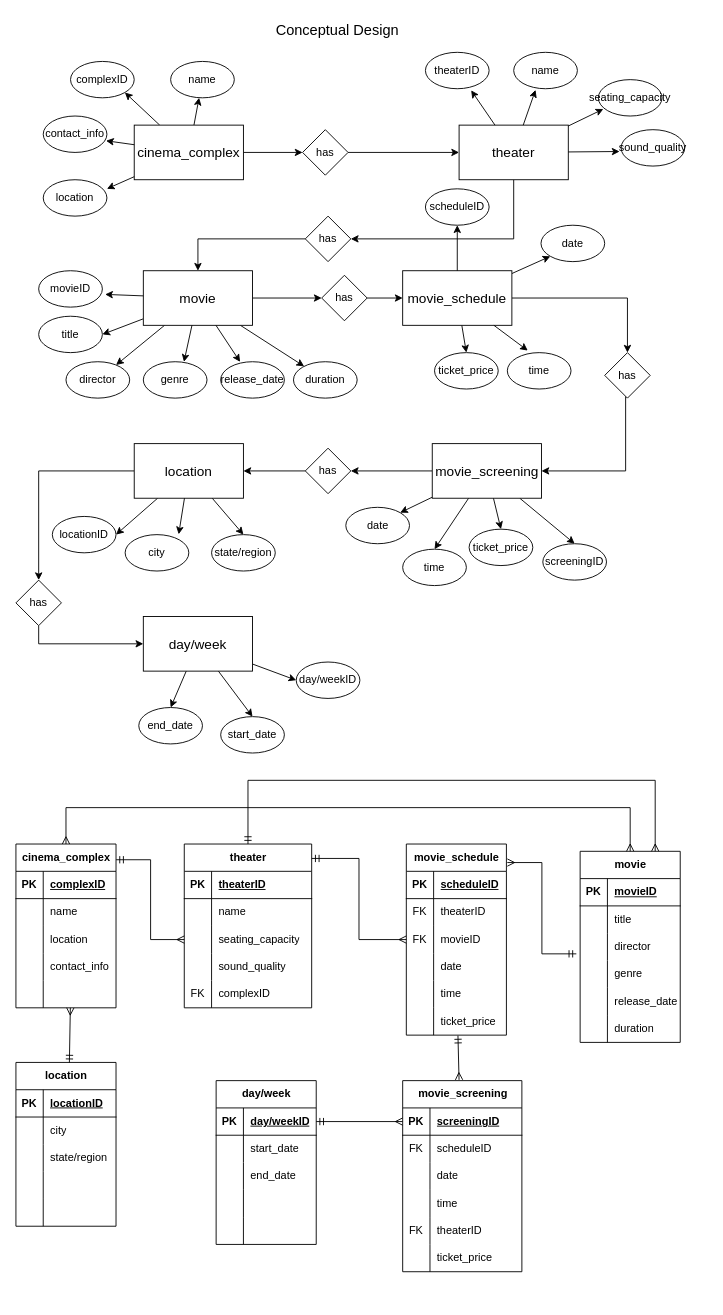
Earlier version of the draw.io diagram eye_candy_cinemas_casestudy.drawio (julieeesy/data_modelling_workshop). Source tidied: cells renumbered, new cells numbered last; positions are measured from the earlier drawing's top-left corner, leaving out a move shared by most shapes. Both pictures are drawn from the tidied source at 91%, with x=0, y=0 at pixel (15, 15).
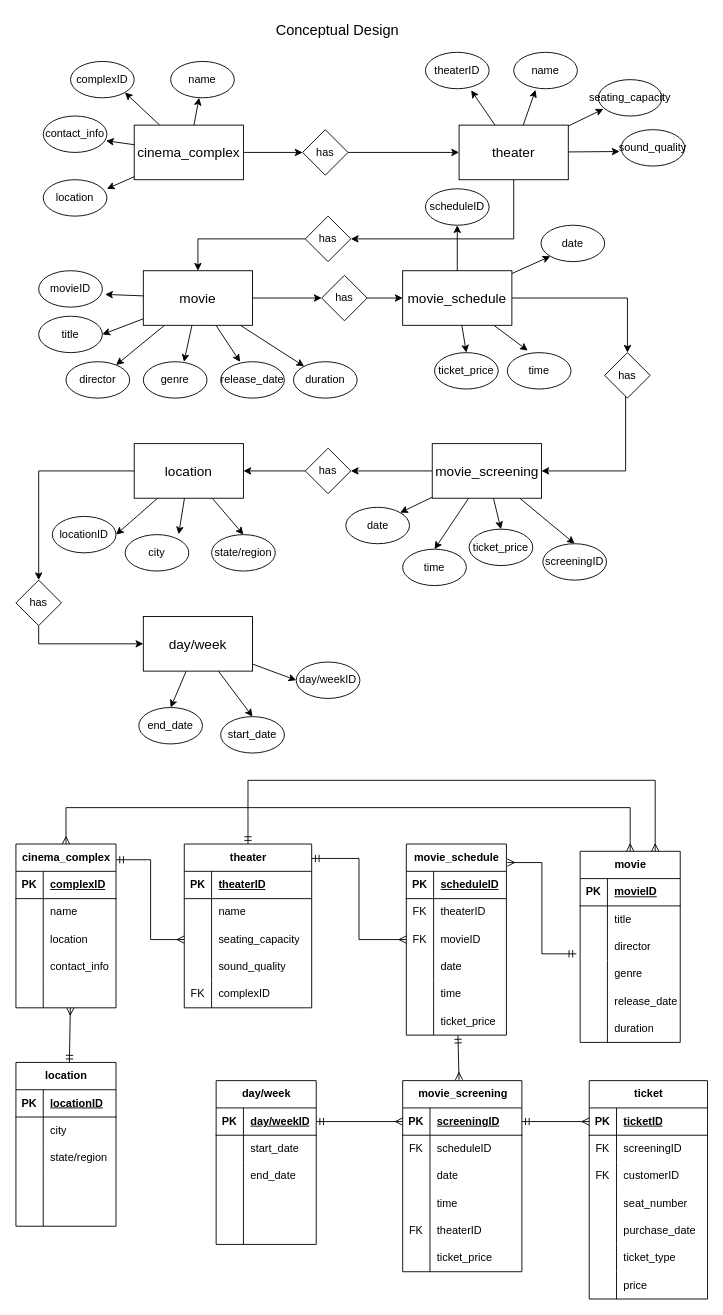
Above is the later version.

The change refers to these unchanged cells:
```xml
<mxCell id="152" style="shape=tableRow;horizontal=0;startSize=0;swimlaneHead=0;swimlaneBody=0;fillColor=none;points=[[0,0.5],[1,0.5]];portConstraint=eastwest;top=0;left=0;right=0;bottom=1;" parent="151" vertex="1">
  <mxGeometry y="30" width="131" height="30" as="geometry" />
</mxCell>
```

What changed in the source:
```diff
@@
+    <mxCell id="213" value="ticket" style="shape=table;startSize=30;childLayout=tableLayout;rowLines=0;fontStyle=1;align=center;html=1;" parent="1" vertex="1">
+      <mxGeometry x="630" y="1170" width="130" height="240" as="geometry" />
+    </mxCell>
+    <mxCell id="214" style="shape=tableRow;horizontal=0;startSize=0;swimlaneHead=0;swimlaneBody=0;fillColor=none;top=0;left=0;right=0;bottom=1;" parent="213" vertex="1">
+      <mxGeometry y="30" width="130" height="30" as="geometry" />
+    </mxCell>
+    <mxCell id="215" value="PK" style="shape=partialRectangle;fillColor=none;top=0;left=0;bottom=0;right=0;fontStyle=1;overflow=hidden;whiteSpace=wrap;html=1;" parent="214" vertex="1">
+      <mxGeometry width="30" height="30" as="geometry" />
+    </mxCell>
+    <mxCell id="216" value="ticketID" style="shape=partialRectangle;fillColor=none;top=0;left=0;bottom=0;right=0;align=left;spacingLeft=6;fontStyle=5;overflow=hidden;whiteSpace=wrap;html=1;" parent="214" vertex="1">
+      <mxGeometry x="30" width="100" height="30" as="geometry" />
+    </mxCell>
+    <mxCell id="217" style="shape=tableRow;horizontal=0;startSize=0;swimlaneHead=0;swimlaneBody=0;fillColor=none;top=0;left=0;right=0;bottom=0;" parent="213" vertex="1">
+      <mxGeometry y="60" width="130" height="30" as="geometry" />
+    </mxCell>
+    <mxCell id="218" value="FK" style="shape=partialRectangle;fillColor=none;top=0;left=0;bottom=0;right=0;overflow=hidden;whiteSpace=wrap;html=1;" parent="217" vertex="1">
+      <mxGeometry width="30" height="30" as="geometry" />
+    </mxCell>
+    <mxCell id="219" value="screeningID" style="shape=partialRectangle;fillColor=none;top=0;left=0;bottom=0;right=0;align=left;spacingLeft=6;overflow=hidden;whiteSpace=wrap;html=1;" parent="217" vertex="1">
+      <mxGeometry x="30" width="100" height="30" as="geometry" />
+    </mxCell>
+    <mxCell id="220" style="shape=tableRow;horizontal=0;startSize=0;swimlaneHead=0;swimlaneBody=0;fillColor=none;top=0;left=0;right=0;bottom=0;" parent="213" vertex="1">
+      <mxGeometry y="90" width="130" height="30" as="geometry" />
+    </mxCell>
+    <mxCell id="221" value="FK" style="shape=partialRectangle;fillColor=none;top=0;left=0;bottom=0;right=0;overflow=hidden;whiteSpace=wrap;html=1;" parent="220" vertex="1">
+      <mxGeometry width="30" height="30" as="geometry" />
+    </mxCell>
+    <mxCell id="222" value="customerID" style="shape=partialRectangle;fillColor=none;top=0;left=0;bottom=0;right=0;align=left;spacingLeft=6;overflow=hidden;whiteSpace=wrap;html=1;" parent="220" vertex="1">
+      <mxGeometry x="30" width="100" height="30" as="geometry" />
+    </mxCell>
+    <mxCell id="223" style="shape=tableRow;horizontal=0;startSize=0;swimlaneHead=0;swimlaneBody=0;fillColor=none;top=0;left=0;right=0;bottom=0;" parent="213" vertex="1">
+      <mxGeometry y="120" width="130" height="30" as="geometry" />
+    </mxCell>
+    <mxCell id="224" style="shape=partialRectangle;fillColor=none;top=0;left=0;bottom=0;right=0;overflow=hidden;whiteSpace=wrap;html=1;" parent="223" vertex="1">
+      <mxGeometry width="30" height="30" as="geometry" />
+    </mxCell>
+    <mxCell id="225" value="seat_number" style="shape=partialRectangle;fillColor=none;top=0;left=0;bottom=0;right=0;align=left;spacingLeft=6;overflow=hidden;whiteSpace=wrap;html=1;" parent="223" vertex="1">
+      <mxGeometry x="30" width="100" height="30" as="geometry" />
+    </mxCell>
+    <mxCell id="226" style="shape=tableRow;horizontal=0;startSize=0;swimlaneHead=0;swimlaneBody=0;fillColor=none;top=0;left=0;right=0;bottom=0;" parent="213" vertex="1">
+      <mxGeometry y="150" width="130" height="30" as="geometry" />
+    </mxCell>
+    <mxCell id="227" style="shape=partialRectangle;fillColor=none;top=0;left=0;bottom=0;right=0;overflow=hidden;whiteSpace=wrap;html=1;" parent="226" vertex="1">
+      <mxGeometry width="30" height="30" as="geometry" />
+    </mxCell>
+    <mxCell id="228" value="purchase_date" style="shape=partialRectangle;fillColor=none;top=0;left=0;bottom=0;right=0;align=left;spacingLeft=6;overflow=hidden;whiteSpace=wrap;html=1;" parent="226" vertex="1">
+      <mxGeometry x="30" width="100" height="30" as="geometry" />
+    </mxCell>
+    <mxCell id="229" style="shape=tableRow;horizontal=0;startSize=0;swimlaneHead=0;swimlaneBody=0;fillColor=none;top=0;left=0;right=0;bottom=0;" parent="213" vertex="1">
+      <mxGeometry y="180" width="130" height="30" as="geometry" />
+    </mxCell>
+    <mxCell id="230" style="shape=partialRectangle;fillColor=none;top=0;left=0;bottom=0;right=0;overflow=hidden;whiteSpace=wrap;html=1;" parent="229" vertex="1">
+      <mxGeometry width="30" height="30" as="geometry" />
+    </mxCell>
+    <mxCell id="231" value="ticket_type" style="shape=partialRectangle;fillColor=none;top=0;left=0;bottom=0;right=0;align=left;spacingLeft=6;overflow=hidden;whiteSpace=wrap;html=1;" parent="229" vertex="1">
+      <mxGeometry x="30" width="100" height="30" as="geometry" />
+    </mxCell>
+    <mxCell id="232" style="shape=tableRow;horizontal=0;startSize=0;swimlaneHead=0;swimlaneBody=0;fillColor=none;top=0;left=0;right=0;bottom=0;" parent="213" vertex="1">
+      <mxGeometry y="210" width="130" height="30" as="geometry" />
+    </mxCell>
+    <mxCell id="233" style="shape=partialRectangle;fillColor=none;top=0;left=0;bottom=0;right=0;overflow=hidden;whiteSpace=wrap;html=1;" parent="232" vertex="1">
+      <mxGeometry width="30" height="30" as="geometry" />
+    </mxCell>
+    <mxCell id="234" value="price" style="shape=partialRectangle;fillColor=none;top=0;left=0;bottom=0;right=0;align=left;spacingLeft=6;overflow=hidden;whiteSpace=wrap;html=1;" parent="232" vertex="1">
+      <mxGeometry x="30" width="100" height="30" as="geometry" />
+    </mxCell>
+    <mxCell id="235" style="fontSize=12;html=1;endArrow=ERmany;startArrow=ERmandOne;rounded=0;exitX=1;exitY=0.5;exitDx=0;exitDy=0;endFill=0;" parent="1" edge="1" source="152">
+      <mxGeometry relative="1" as="geometry">
+        <mxPoint x="630" y="1215" as="targetPoint" />
+      </mxGeometry>
+    </mxCell>
```
